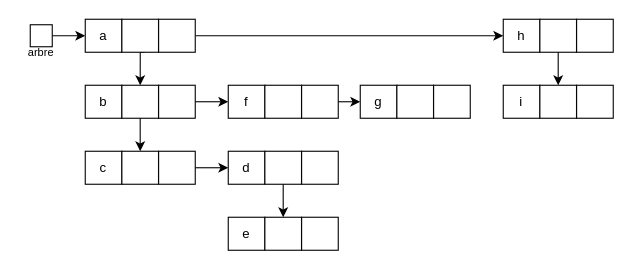
CavaniNicolas/SDD1_TP3 keeps this draw.io diagram as page "exemple arbre" (2 of 6) of rapport/arbre.drawio. Above is the earlier version. Source tidied: cells renumbered, new cells numbered last; positions are measured from the earlier drawing's top-left corner, leaving out a move shared by most shapes. Both pictures are drawn from the tidied source at 110%, with x=0, y=0 at pixel (19, 19).
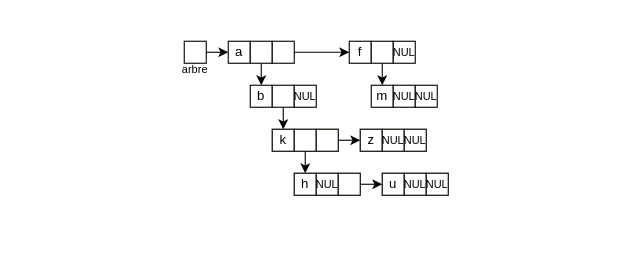
The same diagram, later.

Commit message:
correction erreur algo principe creation arbre

What changed in the source:
```diff
@@
-    <mxCell id="2" style="group;" parent="1" vertex="1">
-      <mxGeometry x="60" y="60" width="100" height="30" as="geometry" />
-    </mxCell>
+    <mxCell id="49" style="group;" parent="1" vertex="1">
+      <mxGeometry x="140" y="20" width="110" height="70" as="geometry" />
+    </mxCell>
+    <mxCell id="50" style="rounded=0;whiteSpace=wrap;html=1;" parent="49" vertex="1">
+      <mxGeometry x="10" width="20" height="20" as="geometry" />
+    </mxCell>
+    <mxCell id="47" value="&lt;font style=&quot;font-size: 10px&quot;&gt;arbre&lt;/font&gt;" style="text;html=1;strokeColor=none;fillColor=none;align=center;verticalAlign=middle;whiteSpace=wrap;rounded=0;" parent="49" vertex="1">
+      <mxGeometry y="20" width="40" height="10" as="geometry" />
+    </mxCell>
+    <mxCell id="51" style="group;" parent="49" vertex="1">
+      <mxGeometry x="50" width="60" height="20" as="geometry" />
+    </mxCell>
+    <mxCell id="43" value="&lt;span style=&quot;background-color: transparent&quot;&gt;a&lt;/span&gt;" style="rounded=0;whiteSpace=wrap;html=1;" parent="51" vertex="1">
+      <mxGeometry width="20" height="20" as="geometry" />
+    </mxCell>
+    <mxCell id="52" style="rounded=0;whiteSpace=wrap;html=1;" parent="51" vertex="1">
+      <mxGeometry x="20" width="20" height="20" as="geometry" />
+    </mxCell>
+    <mxCell id="53" style="rounded=0;whiteSpace=wrap;html=1;" parent="51" vertex="1">
+      <mxGeometry x="40" width="20" height="20" as="geometry" />
+    </mxCell>
+    <mxCell id="54" style="edgeStyle=orthogonalEdgeStyle;rounded=0;jettySize=auto;html=1;exitX=1;exitY=0.5;exitDx=0;exitDy=0;entryX=0;entryY=0.5;entryDx=0;entryDy=0;" parent="49" edge="1" source="50" target="43">
+      <mxGeometry relative="1" as="geometry" />
+    </mxCell>
+    <mxCell id="55" style="group;" parent="49" vertex="1">
+      <mxGeometry x="70" y="40" width="60" height="20" as="geometry" />
+    </mxCell>
-    <mxCell id="3" value="b" style="rounded=0;whiteSpace=wrap;html=1;" parent="2" vertex="1">
-      <mxGeometry width="33.3" height="30" as="geometry" />
+    <mxCell id="3" value="b" style="rounded=0;whiteSpace=wrap;html=1;" parent="55" vertex="1">
+      <mxGeometry width="20" height="20" as="geometry" />
     </mxCell>
-    <mxCell id="4" style="rounded=0;whiteSpace=wrap;html=1;" parent="2" vertex="1">
-      <mxGeometry x="33.3" width="33.3" height="30" as="geometry" />
-    </mxCell>
-    <mxCell id="5" style="rounded=0;whiteSpace=wrap;html=1;" parent="2" vertex="1">
-      <mxGeometry x="66.7" width="33.3" height="30" as="geometry" />
-    </mxCell>
-    <mxCell id="6" style="group;" parent="1" vertex="1">
-      <mxGeometry x="60" y="120" width="100" height="30" as="geometry" />
-    </mxCell>
-    <mxCell id="7" value="c" style="rounded=0;whiteSpace=wrap;html=1;" parent="6" vertex="1">
-      <mxGeometry width="33.3" height="30" as="geometry" />
-    </mxCell>
-    <mxCell id="8" style="rounded=0;whiteSpace=wrap;html=1;" parent="6" vertex="1">
-      <mxGeometry x="33.3" width="33.3" height="30" as="geometry" />
-    </mxCell>
-    <mxCell id="9" style="rounded=0;whiteSpace=wrap;html=1;" parent="6" vertex="1">
-      <mxGeometry x="66.7" width="33.3" height="30" as="geometry" />
-    </mxCell>
-    <mxCell id="10" style="group;" parent="1" vertex="1">
-      <mxGeometry x="440" width="100" height="30" as="geometry" />
-    </mxCell>
+    <mxCell id="56" style="rounded=0;whiteSpace=wrap;html=1;" parent="55" vertex="1">
+      <mxGeometry x="20" width="20" height="20" as="geometry" />
+    </mxCell>
+    <mxCell id="57" value="&lt;font size=&quot;1&quot;&gt;NUL&lt;/font&gt;" style="rounded=0;whiteSpace=wrap;html=1;" parent="55" vertex="1">
+      <mxGeometry x="40" width="20" height="20" as="geometry" />
+    </mxCell>
+    <mxCell id="58" style="edgeStyle=orthogonalEdgeStyle;rounded=0;jettySize=auto;html=1;exitX=0.5;exitY=1;exitDx=0;exitDy=0;" parent="1" edge="1" source="52">
+      <mxGeometry relative="1" as="geometry">
+        <mxPoint x="220" y="60" as="targetPoint" />
+      </mxGeometry>
+    </mxCell>
+    <mxCell id="59" style="group;fillColor=#d5e8d4;strokeColor=#82b366;" parent="1" vertex="1">
+      <mxGeometry x="230" y="100" width="60" height="20" as="geometry" />
+    </mxCell>
+    <mxCell id="60" value="k" style="rounded=0;whiteSpace=wrap;html=1;" parent="59" vertex="1">
+      <mxGeometry width="20" height="20" as="geometry" />
+    </mxCell>
+    <mxCell id="61" style="rounded=0;whiteSpace=wrap;html=1;" parent="59" vertex="1">
+      <mxGeometry x="20" width="20" height="20" as="geometry" />
+    </mxCell>
+    <mxCell id="62" style="rounded=0;whiteSpace=wrap;html=1;" parent="59" vertex="1">
+      <mxGeometry x="40" width="20" height="20" as="geometry" />
+    </mxCell>
+    <mxCell id="63" style="edgeStyle=orthogonalEdgeStyle;rounded=0;jettySize=auto;html=1;exitX=0.5;exitY=1;exitDx=0;exitDy=0;entryX=0.5;entryY=0;entryDx=0;entryDy=0;" parent="1" edge="1" source="56" target="60">
+      <mxGeometry relative="1" as="geometry" />
+    </mxCell>
+    <mxCell id="64" style="group;fillColor=#d5e8d4;strokeColor=#82b366;" parent="1" vertex="1">
+      <mxGeometry x="250" y="140" width="60" height="20" as="geometry" />
+    </mxCell>
-    <mxCell id="11" value="h" style="rounded=0;whiteSpace=wrap;html=1;" parent="10" vertex="1">
-      <mxGeometry width="33.3" height="30" as="geometry" />
+    <mxCell id="11" value="h" style="rounded=0;whiteSpace=wrap;html=1;" parent="64" vertex="1">
+      <mxGeometry width="20" height="20" as="geometry" />
     </mxCell>
-    <mxCell id="12" style="rounded=0;whiteSpace=wrap;html=1;" parent="10" vertex="1">
-      <mxGeometry x="33.3" width="33.3" height="30" as="geometry" />
-    </mxCell>
-    <mxCell id="13" style="rounded=0;whiteSpace=wrap;html=1;" parent="10" vertex="1">
-      <mxGeometry x="66.7" width="33.3" height="30" as="geometry" />
-    </mxCell>
-    <mxCell id="14" style="edgeStyle=orthogonalEdgeStyle;rounded=0;jettySize=auto;html=1;exitX=0.62;exitY=1;exitDx=0;exitDy=0;entryX=0.5;entryY=0;entryDx=0;entryDy=0;exitPerimeter=0;" parent="1" edge="1" source="44" target="4">
-      <mxGeometry relative="1" as="geometry" />
-    </mxCell>
-    <mxCell id="15" style="edgeStyle=orthogonalEdgeStyle;rounded=0;jettySize=auto;html=1;exitX=0.5;exitY=1;exitDx=0;exitDy=0;entryX=0.5;entryY=0;entryDx=0;entryDy=0;" parent="1" edge="1" source="4" target="8">
-      <mxGeometry relative="1" as="geometry" />
-    </mxCell>
-    <mxCell id="16" style="edgeStyle=orthogonalEdgeStyle;rounded=0;jettySize=auto;html=1;exitX=1;exitY=0.5;exitDx=0;exitDy=0;entryX=0;entryY=0.5;entryDx=0;entryDy=0;" parent="1" edge="1" source="45" target="11">
-      <mxGeometry relative="1" as="geometry" />
-    </mxCell>
-    <mxCell id="17" style="group;" parent="1" vertex="1">
-      <mxGeometry x="190" y="60" width="100" height="30" as="geometry" />
-    </mxCell>
+    <mxCell id="65" value="&lt;font style=&quot;font-size: 10px&quot;&gt;NUL&lt;/font&gt;" style="rounded=0;whiteSpace=wrap;html=1;" parent="64" vertex="1">
+      <mxGeometry x="20" width="20" height="20" as="geometry" />
+    </mxCell>
+    <mxCell id="66" style="rounded=0;whiteSpace=wrap;html=1;" parent="64" vertex="1">
+      <mxGeometry x="40" width="20" height="20" as="geometry" />
+    </mxCell>
+    <mxCell id="67" style="group;fillColor=#d5e8d4;strokeColor=#82b366;" parent="1" vertex="1">
+      <mxGeometry x="330" y="140" width="60" height="20" as="geometry" />
+    </mxCell>
+    <mxCell id="68" value="u" style="rounded=0;whiteSpace=wrap;html=1;" parent="67" vertex="1">
+      <mxGeometry width="20" height="20" as="geometry" />
+    </mxCell>
+    <mxCell id="69" value="&lt;font size=&quot;1&quot;&gt;NUL&lt;/font&gt;" style="rounded=0;whiteSpace=wrap;html=1;" parent="67" vertex="1">
+      <mxGeometry x="20" width="20" height="20" as="geometry" />
+    </mxCell>
+    <mxCell id="70" value="&lt;font size=&quot;1&quot;&gt;NUL&lt;/font&gt;" style="rounded=0;whiteSpace=wrap;html=1;" parent="67" vertex="1">
+      <mxGeometry x="40" width="20" height="20" as="geometry" />
+    </mxCell>
+    <mxCell id="71" style="edgeStyle=orthogonalEdgeStyle;rounded=0;jettySize=auto;html=1;exitX=0.5;exitY=1;exitDx=0;exitDy=0;entryX=0.5;entryY=0;entryDx=0;entryDy=0;" parent="1" edge="1" source="61" target="11">
+      <mxGeometry relative="1" as="geometry" />
+    </mxCell>
+    <mxCell id="72" style="edgeStyle=orthogonalEdgeStyle;rounded=0;jettySize=auto;html=1;exitX=1;exitY=0.5;exitDx=0;exitDy=0;entryX=0;entryY=0.5;entryDx=0;entryDy=0;" parent="1" edge="1" source="66" target="68">
+      <mxGeometry relative="1" as="geometry" />
+    </mxCell>
+    <mxCell id="73" style="group;fillColor=#d5e8d4;strokeColor=#82b366;" parent="1" vertex="1">
+      <mxGeometry x="310" y="100" width="60" height="20" as="geometry" />
+    </mxCell>
+    <mxCell id="74" value="z" style="rounded=0;whiteSpace=wrap;html=1;" parent="73" vertex="1">
+      <mxGeometry width="20" height="20" as="geometry" />
+    </mxCell>
+    <mxCell id="75" value="&lt;font size=&quot;1&quot;&gt;NUL&lt;/font&gt;" style="rounded=0;whiteSpace=wrap;html=1;" parent="73" vertex="1">
+      <mxGeometry x="20" width="20" height="20" as="geometry" />
+    </mxCell>
+    <mxCell id="76" value="&lt;font size=&quot;1&quot;&gt;NUL&lt;/font&gt;" style="rounded=0;whiteSpace=wrap;html=1;" parent="73" vertex="1">
+      <mxGeometry x="40" width="20" height="20" as="geometry" />
+    </mxCell>
+    <mxCell id="77" style="edgeStyle=orthogonalEdgeStyle;rounded=0;jettySize=auto;html=1;exitX=1;exitY=0.5;exitDx=0;exitDy=0;entryX=0;entryY=0.5;entryDx=0;entryDy=0;" parent="1" edge="1" source="62" target="74">
+      <mxGeometry relative="1" as="geometry" />
+    </mxCell>
+    <mxCell id="78" style="group;" parent="1" vertex="1">
+      <mxGeometry x="300" y="20" width="60" height="20" as="geometry" />
+    </mxCell>
-    <mxCell id="18" value="f" style="rounded=0;whiteSpace=wrap;html=1;" parent="17" vertex="1">
-      <mxGeometry width="33.3" height="30" as="geometry" />
+    <mxCell id="18" value="f" style="rounded=0;whiteSpace=wrap;html=1;" parent="78" vertex="1">
+      <mxGeometry width="20" height="20" as="geometry" />
     </mxCell>
-    <mxCell id="19" style="rounded=0;whiteSpace=wrap;html=1;" parent="17" vertex="1">
-      <mxGeometry x="33.3" width="33.3" height="30" as="geometry" />
-    </mxCell>
-    <mxCell id="20" style="rounded=0;whiteSpace=wrap;html=1;" parent="17" vertex="1">
-      <mxGeometry x="66.7" width="33.3" height="30" as="geometry" />
-    </mxCell>
-    <mxCell id="21" style="group;" parent="1" vertex="1">
-      <mxGeometry x="310" y="60" width="100" height="30" as="geometry" />
-    </mxCell>
-    <mxCell id="22" value="g" style="rounded=0;whiteSpace=wrap;html=1;" parent="21" vertex="1">
-      <mxGeometry width="33.3" height="30" as="geometry" />
-    </mxCell>
-    <mxCell id="23" style="rounded=0;whiteSpace=wrap;html=1;" parent="21" vertex="1">
-      <mxGeometry x="33.3" width="33.3" height="30" as="geometry" />
-    </mxCell>
-    <mxCell id="24" style="rounded=0;whiteSpace=wrap;html=1;" parent="21" vertex="1">
-      <mxGeometry x="66.7" width="33.3" height="30" as="geometry" />
-    </mxCell>
-    <mxCell id="25" style="edgeStyle=orthogonalEdgeStyle;rounded=0;jettySize=auto;html=1;exitX=1;exitY=0.5;exitDx=0;exitDy=0;" parent="1" edge="1" source="20">
-      <mxGeometry relative="1" as="geometry">
-        <mxPoint x="310" y="75" as="targetPoint" />
-      </mxGeometry>
-    </mxCell>
-    <mxCell id="26" style="group;" parent="1" vertex="1">
-      <mxGeometry x="190" y="120" width="100" height="30" as="geometry" />
-    </mxCell>
-    <mxCell id="27" value="d" style="rounded=0;whiteSpace=wrap;html=1;" parent="26" vertex="1">
-      <mxGeometry width="33.3" height="30" as="geometry" />
-    </mxCell>
-    <mxCell id="28" style="rounded=0;whiteSpace=wrap;html=1;" parent="26" vertex="1">
-      <mxGeometry x="33.3" width="33.3" height="30" as="geometry" />
-    </mxCell>
-    <mxCell id="29" style="rounded=0;whiteSpace=wrap;html=1;" parent="26" vertex="1">
-      <mxGeometry x="66.7" width="33.3" height="30" as="geometry" />
-    </mxCell>
-    <mxCell id="30" style="group;" parent="1" vertex="1">
-      <mxGeometry x="190" y="180" width="100" height="30" as="geometry" />
-    </mxCell>
-    <mxCell id="31" value="e" style="rounded=0;whiteSpace=wrap;html=1;" parent="30" vertex="1">
-      <mxGeometry width="33.3" height="30" as="geometry" />
-    </mxCell>
-    <mxCell id="32" style="rounded=0;whiteSpace=wrap;html=1;" parent="30" vertex="1">
-      <mxGeometry x="33.3" width="33.3" height="30" as="geometry" />
-    </mxCell>
-    <mxCell id="33" style="rounded=0;whiteSpace=wrap;html=1;" parent="30" vertex="1">
-      <mxGeometry x="66.7" width="33.3" height="30" as="geometry" />
-    </mxCell>
-    <mxCell id="34" style="group;" parent="1" vertex="1">
-      <mxGeometry x="440" y="60" width="100" height="30" as="geometry" />
-    </mxCell>
-    <mxCell id="35" value="i" style="rounded=0;whiteSpace=wrap;html=1;" parent="34" vertex="1">
-      <mxGeometry width="33.3" height="30" as="geometry" />
-    </mxCell>
-    <mxCell id="36" style="rounded=0;whiteSpace=wrap;html=1;" parent="34" vertex="1">
-      <mxGeometry x="33.3" width="33.3" height="30" as="geometry" />
-    </mxCell>
-    <mxCell id="37" style="rounded=0;whiteSpace=wrap;html=1;" parent="34" vertex="1">
-      <mxGeometry x="66.7" width="33.3" height="30" as="geometry" />
-    </mxCell>
-    <mxCell id="38" style="edgeStyle=orthogonalEdgeStyle;rounded=0;jettySize=auto;html=1;exitX=0.5;exitY=1;exitDx=0;exitDy=0;entryX=0.5;entryY=0;entryDx=0;entryDy=0;" parent="1" edge="1" source="12" target="36">
-      <mxGeometry relative="1" as="geometry" />
-    </mxCell>
-    <mxCell id="39" style="edgeStyle=orthogonalEdgeStyle;rounded=0;jettySize=auto;html=1;exitX=1;exitY=0.5;exitDx=0;exitDy=0;entryX=0;entryY=0.5;entryDx=0;entryDy=0;" parent="1" edge="1" source="5" target="18">
-      <mxGeometry relative="1" as="geometry" />
-    </mxCell>
-    <mxCell id="40" style="edgeStyle=orthogonalEdgeStyle;rounded=0;jettySize=auto;html=1;exitX=0.5;exitY=1;exitDx=0;exitDy=0;entryX=0.5;entryY=0;entryDx=0;entryDy=0;" parent="1" edge="1" source="28" target="32">
-      <mxGeometry relative="1" as="geometry" />
-    </mxCell>
-    <mxCell id="41" style="edgeStyle=orthogonalEdgeStyle;rounded=0;jettySize=auto;html=1;exitX=1;exitY=0.5;exitDx=0;exitDy=0;entryX=0;entryY=0.5;entryDx=0;entryDy=0;" parent="1" edge="1" source="9" target="27">
-      <mxGeometry relative="1" as="geometry" />
-    </mxCell>
-    <mxCell id="42" style="group;" parent="1" vertex="1">
-      <mxGeometry x="60" width="100" height="30" as="geometry" />
-    </mxCell>
-    <mxCell id="43" value="a" style="rounded=0;whiteSpace=wrap;html=1;" parent="42" vertex="1">
-      <mxGeometry width="33.3" height="30" as="geometry" />
-    </mxCell>
-    <mxCell id="44" style="rounded=0;whiteSpace=wrap;html=1;" parent="42" vertex="1">
-      <mxGeometry x="33.3" width="33.3" height="30" as="geometry" />
-    </mxCell>
-    <mxCell id="45" style="rounded=0;whiteSpace=wrap;html=1;" parent="42" vertex="1">
-      <mxGeometry x="66.7" width="33.3" height="30" as="geometry" />
-    </mxCell>
-    <mxCell id="46" style="rounded=0;whiteSpace=wrap;html=1;" parent="1" vertex="1">
-      <mxGeometry x="10" y="5" width="20" height="20" as="geometry" />
-    </mxCell>
-    <mxCell id="47" value="&lt;font style=&quot;font-size: 10px&quot;&gt;arbre&lt;/font&gt;" style="text;html=1;strokeColor=none;fillColor=none;align=center;verticalAlign=middle;whiteSpace=wrap;rounded=0;" parent="1" vertex="1">
-      <mxGeometry y="25" width="40" height="10" as="geometry" />
-    </mxCell>
-    <mxCell id="48" style="edgeStyle=orthogonalEdgeStyle;rounded=0;jettySize=auto;html=1;exitX=1;exitY=0.5;exitDx=0;exitDy=0;" parent="1" edge="1" source="46" target="43">
-      <mxGeometry relative="1" as="geometry" />
-    </mxCell>
+    <mxCell id="79" style="rounded=0;whiteSpace=wrap;html=1;" parent="78" vertex="1">
+      <mxGeometry x="20" width="20" height="20" as="geometry" />
+    </mxCell>
+    <mxCell id="80" value="&lt;font size=&quot;1&quot;&gt;NUL&lt;/font&gt;" style="rounded=0;whiteSpace=wrap;html=1;" parent="78" vertex="1">
+      <mxGeometry x="40" width="20" height="20" as="geometry" />
+    </mxCell>
+    <mxCell id="81" style="edgeStyle=orthogonalEdgeStyle;rounded=0;jettySize=auto;html=1;exitX=1;exitY=0.5;exitDx=0;exitDy=0;entryX=0;entryY=0.5;entryDx=0;entryDy=0;" parent="1" edge="1" source="53" target="18">
+      <mxGeometry relative="1" as="geometry" />
+    </mxCell>
+    <mxCell id="82" style="group;" parent="1" vertex="1">
+      <mxGeometry x="320" y="60" width="60" height="20" as="geometry" />
+    </mxCell>
+    <mxCell id="83" value="m" style="rounded=0;whiteSpace=wrap;html=1;" parent="82" vertex="1">
+      <mxGeometry width="20" height="20" as="geometry" />
+    </mxCell>
+    <mxCell id="84" value="&lt;font size=&quot;1&quot;&gt;NUL&lt;/font&gt;" style="rounded=0;whiteSpace=wrap;html=1;" parent="82" vertex="1">
+      <mxGeometry x="20" width="20" height="20" as="geometry" />
+    </mxCell>
+    <mxCell id="85" value="&lt;font size=&quot;1&quot;&gt;NUL&lt;/font&gt;" style="rounded=0;whiteSpace=wrap;html=1;" parent="82" vertex="1">
+      <mxGeometry x="40" width="20" height="20" as="geometry" />
+    </mxCell>
+    <mxCell id="86" style="edgeStyle=orthogonalEdgeStyle;rounded=0;jettySize=auto;html=1;exitX=0.5;exitY=1;exitDx=0;exitDy=0;entryX=0.5;entryY=0;entryDx=0;entryDy=0;" parent="1" edge="1" source="79" target="83">
+      <mxGeometry relative="1" as="geometry" />
+    </mxCell>
```
